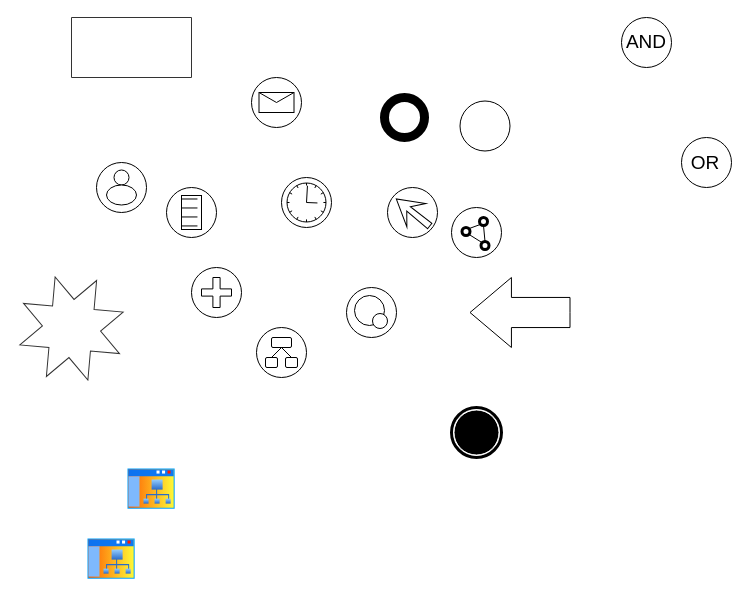
The draw.io diagram assets/icons.drawio in cnshsliu/cocopad, before the edit. Source tidied: cells renumbered, new cells numbered last; positions are measured from the earlier drawing's top-left corner, leaving out a move shared by most shapes. Both pictures are drawn from the tidied source at 100%, with x=0, y=0 at pixel (21, 17).
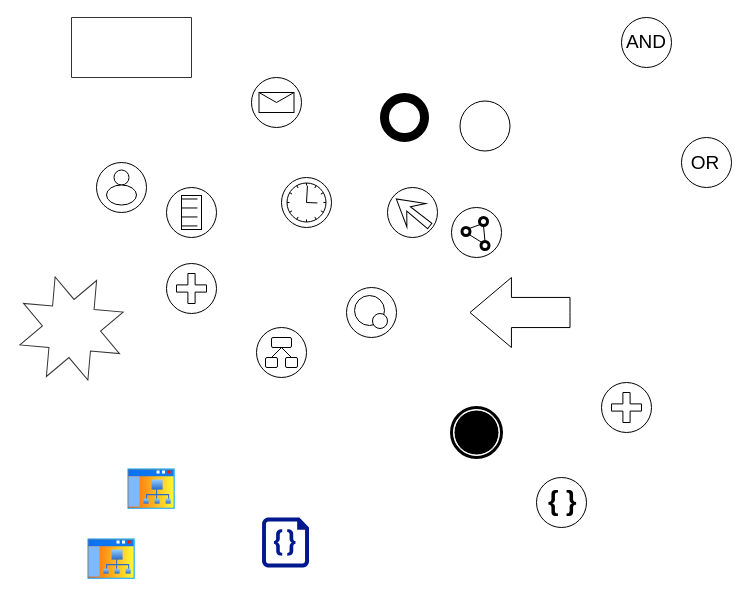
The same page after the edit.

What changed in the source:
```diff
@@
     <mxCell id="7" style="shape=mxgraph.bpmn.shape;html=1;verticalLabelPosition=bottom;labelBackgroundColor=#ffffff;verticalAlign=top;align=center;perimeter=ellipsePerimeter;outline=standard;symbol=parallelMultiple;" parent="1" vertex="1">
-      <mxGeometry x="170" y="250" width="50" height="50" as="geometry" />
+      <mxGeometry x="145" y="246" width="50" height="50" as="geometry" />
     </mxCell>
@@
+    <mxCell id="39" style="shadow=0;dashed=0;html=1;strokeColor=none;labelPosition=center;verticalLabelPosition=bottom;verticalAlign=top;align=center;shape=mxgraph.azure.code_file;fillColor=#00188D;" parent="1" vertex="1">
+      <mxGeometry x="240.5" y="500" width="47" height="50" as="geometry" />
+    </mxCell>
+    <mxCell id="40" style="shape=mxgraph.bpmn.shape;html=1;verticalLabelPosition=bottom;labelBackgroundColor=#ffffff;verticalAlign=top;align=center;perimeter=ellipsePerimeter;outline=standard;symbol=parallelMultiple;" parent="1" vertex="1">
+      <mxGeometry x="580" y="365" width="50" height="50" as="geometry" />
+    </mxCell>
+    <mxCell id="41" style="shape=mxgraph.bpmn.shape;html=1;verticalLabelPosition=bottom;labelBackgroundColor=#ffffff;verticalAlign=top;align=center;perimeter=ellipsePerimeter;outline=standard;symbol=general;" parent="1" vertex="1">
+      <mxGeometry x="515" y="460" width="50" height="50" as="geometry" />
+    </mxCell>
+    <mxCell id="42" value="&lt;font style=&quot;font-size: 27px&quot;&gt;&lt;b&gt;{ }&lt;/b&gt;&lt;/font&gt;" style="text;html=1;align=left;verticalAlign=top;spacingTop=-4;" parent="1" vertex="1">
+      <mxGeometry x="525" y="465" width="40" height="20" as="geometry" />
+    </mxCell>
```
